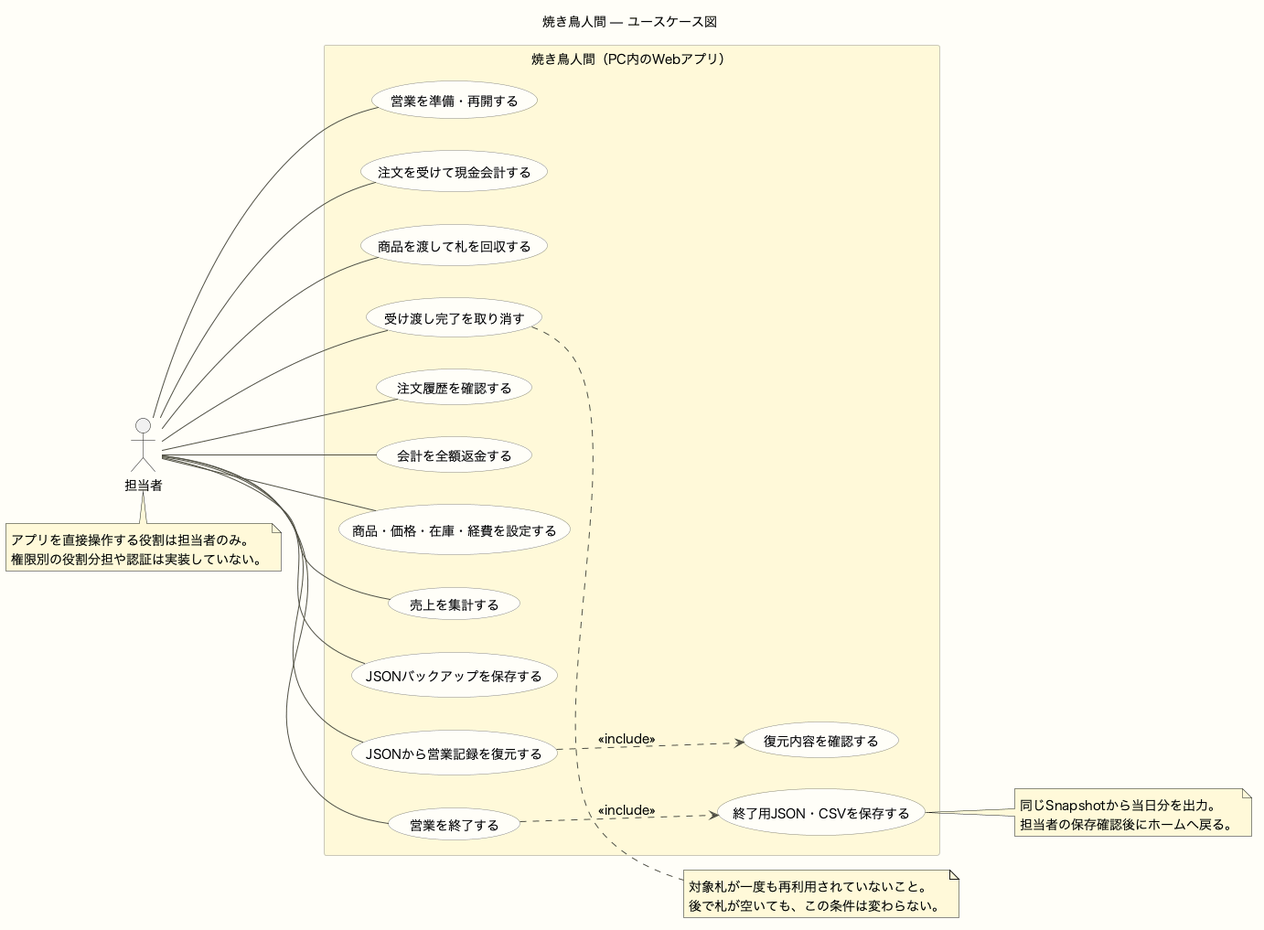
This is docs/images/use-cases.png from 97kuek/yakitoriningen, a PlantUML export, as it was before one commit.
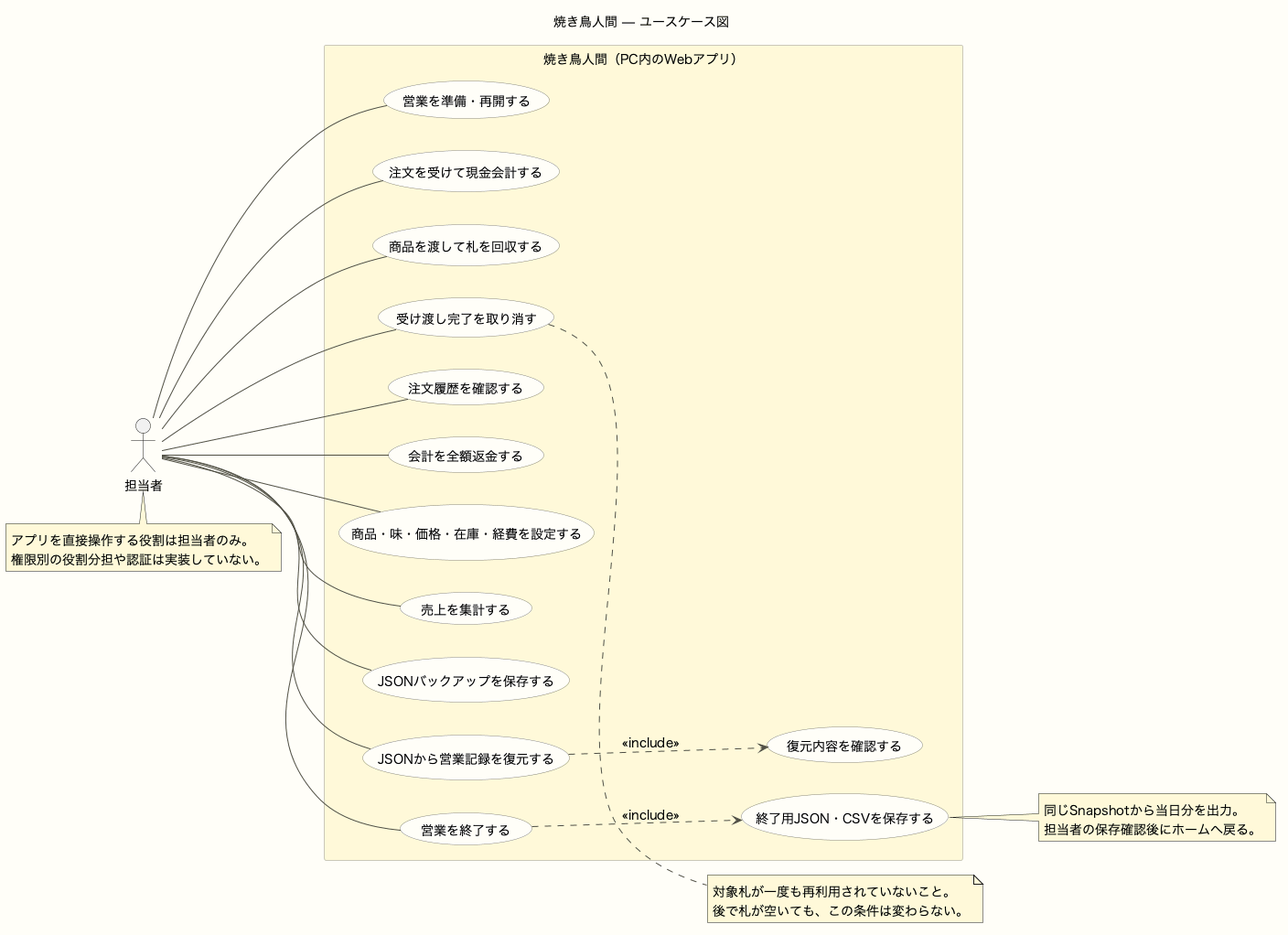
Above is the later version.

Diff of the diagram source:
```diff
@@ -18,7 +18,7 @@
   usecase "受け渡し完了を取り消す" as Undo
   usecase "注文履歴を確認する" as History
   usecase "会計を全額返金する" as Refund
-  usecase "商品・価格・在庫・経費を設定する" as Settings
+  usecase "商品・味・価格・在庫・経費を設定する" as Settings
   usecase "売上を集計する" as Summary
   usecase "JSONバックアップを保存する" as Backup
   usecase "JSONから営業記録を復元する" as Restore
```
